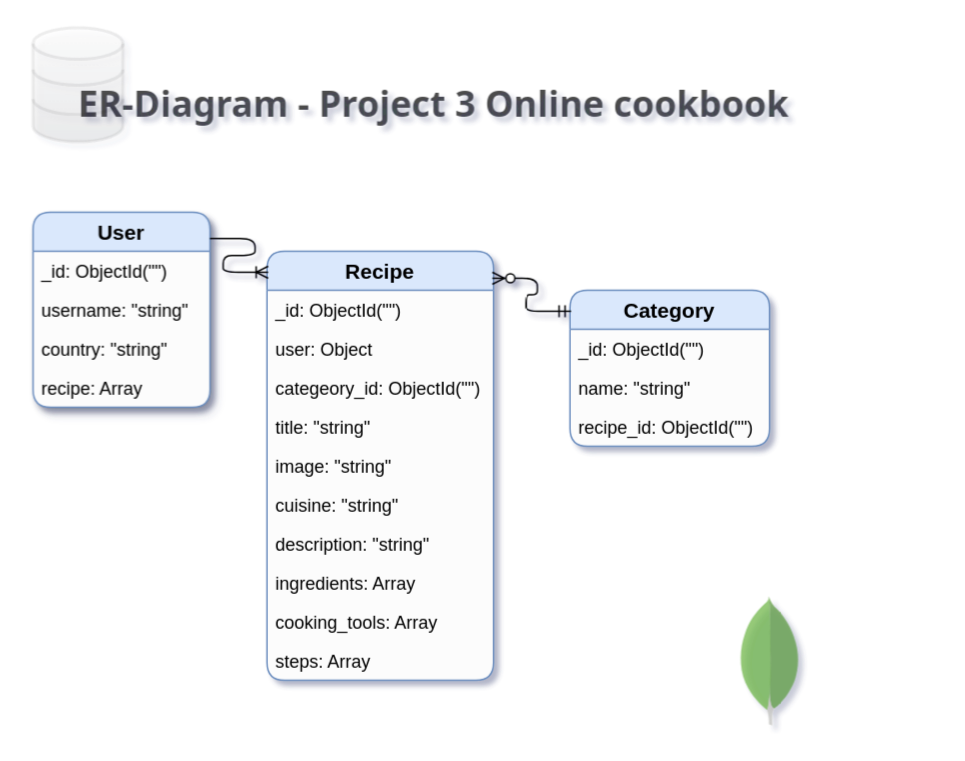
This is assets/ER_Diagram_Project_3.drawio from wickyakloe/Online-Cookbook, a draw.io file, before an edit. Source tidied: cells renumbered, new cells numbered last; positions are measured from the earlier drawing's top-left corner, leaving out a move shared by most shapes. Both pictures are drawn from the tidied source at 150%, with x=0, y=0 at pixel (32, 27).
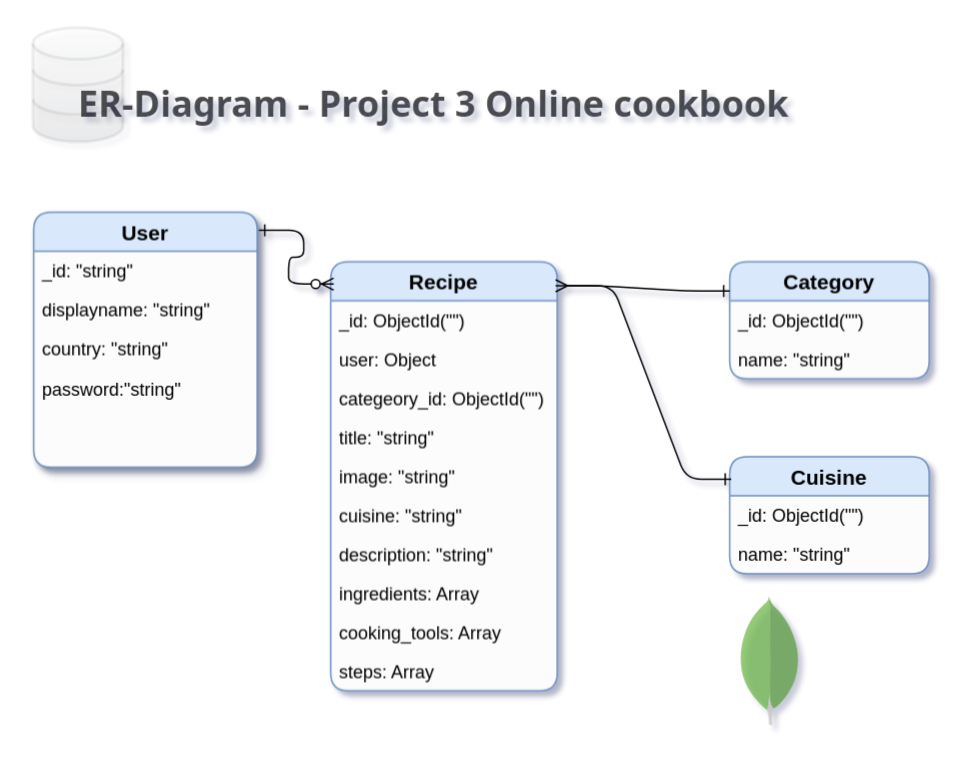
Above is the later version.

What changed in the source:
```diff
@@
     <mxCell id="2" value="Recipe" style="swimlane;fontStyle=1;horizontal=1;startSize=26;fillColor=#dae8fc;swimlaneFillColor=#FCFCFC;align=center;fontSize=14;strokeColor=#6c8ebf;rounded=1;" parent="1" vertex="1">
-      <mxGeometry x="156.5" y="149" width="151" height="286" as="geometry" />
+      <mxGeometry x="199" y="156" width="151" height="286" as="geometry" />
     </mxCell>
@@
     <mxCell id="13" value="Category" style="swimlane;fontStyle=1;horizontal=1;startSize=26;fillColor=#dae8fc;swimlaneFillColor=#FCFCFC;align=center;fontSize=14;strokeColor=#6c8ebf;rounded=1;" parent="1" vertex="1">
-      <mxGeometry x="358.5" y="175" width="133" height="104" as="geometry" />
+      <mxGeometry x="465" y="156" width="133" height="78" as="geometry" />
     </mxCell>
@@
-    <mxCell id="16" value="recipe_id: ObjectId(&quot;&quot;)" style="text;strokeColor=none;fillColor=none;spacingLeft=4;spacingRight=4;overflow=hidden;fontSize=12;" parent="13" vertex="1">
-      <mxGeometry y="78" width="133" height="26" as="geometry" />
-    </mxCell>
     <mxCell id="17" value="User" style="swimlane;fontStyle=1;horizontal=1;startSize=26;fillColor=#dae8fc;swimlaneFillColor=#FCFCFC;align=center;fontSize=14;strokeColor=#6c8ebf;rounded=1;shadow=1;comic=0;glass=0;" parent="1" vertex="1">
-      <mxGeometry x="0.5" y="123" width="118" height="130" as="geometry" />
+      <mxGeometry x="1" y="123" width="149" height="170" as="geometry" />
     </mxCell>
-    <mxCell id="18" value="_id: ObjectId(&quot;&quot;)" style="text;strokeColor=none;fillColor=none;spacingLeft=4;spacingRight=4;overflow=hidden;fontSize=12;" parent="17" vertex="1">
-      <mxGeometry y="26" width="118" height="26" as="geometry" />
+    <mxCell id="18" value="_id: &quot;string&quot;" style="text;strokeColor=none;fillColor=none;spacingLeft=4;spacingRight=4;overflow=hidden;fontSize=12;" parent="17" vertex="1">
+      <mxGeometry y="26" width="149" height="26" as="geometry" />
     </mxCell>
-    <mxCell id="19" value="username: &quot;string&quot;" style="text;strokeColor=none;fillColor=none;spacingLeft=4;spacingRight=4;overflow=hidden;fontSize=12;" parent="17" vertex="1">
-      <mxGeometry y="52" width="118" height="26" as="geometry" />
+    <mxCell id="19" value="displayname: &quot;string&quot;" style="text;strokeColor=none;fillColor=none;spacingLeft=4;spacingRight=4;overflow=hidden;fontSize=12;" parent="17" vertex="1">
+      <mxGeometry y="52" width="149" height="26" as="geometry" />
     </mxCell>
     <mxCell id="20" value="country: &quot;string&quot;" style="text;strokeColor=none;fillColor=none;spacingLeft=4;spacingRight=4;overflow=hidden;fontSize=12;" parent="17" vertex="1">
-      <mxGeometry y="78" width="118" height="26" as="geometry" />
+      <mxGeometry y="78" width="149" height="92" as="geometry" />
     </mxCell>
-    <mxCell id="21" value="recipe: Array" style="text;strokeColor=none;fillColor=none;spacingLeft=4;spacingRight=4;overflow=hidden;fontSize=12;" parent="17" vertex="1">
-      <mxGeometry y="104" width="118" height="26" as="geometry" />
-    </mxCell>
@@
+    <mxCell id="25" value="ER-Diagram - Project 3 Online cookbook" style="text;align=left;verticalAlign=middle;spacingTop=-4;strokeWidth=1;fontSize=24;fontFamily=Tahoma;html=1;labelBorderColor=none;labelBackgroundColor=none;fontColor=#000000;textOpacity=70;fontStyle=1;labelPosition=center;verticalLabelPosition=middle;" parent="1" vertex="1">
+      <mxGeometry x="29" y="38" width="411" height="29" as="geometry" />
+    </mxCell>
+    <mxCell id="26" style="dashed=0;html=1;align=center;labelPosition=center;verticalLabelPosition=bottom;verticalAlign=top;shape=mxgraph.weblogos.mongodb;strokeColor=#4D4D4D;gradientColor=#666666;fontSize=24;opacity=70;" parent="1" vertex="1">
+      <mxGeometry x="471" y="379" width="41.2" height="86.2" as="geometry" />
+    </mxCell>
+    <mxCell id="27" value="password:&quot;string&quot;" style="text;strokeColor=none;fillColor=none;spacingLeft=4;spacingRight=4;overflow=hidden;fontSize=12;" parent="1" vertex="1">
+      <mxGeometry x="1" y="228" width="118" height="1" as="geometry" />
+    </mxCell>
+    <mxCell id="28" value="Cuisine" style="swimlane;fontStyle=1;horizontal=1;startSize=26;fillColor=#dae8fc;swimlaneFillColor=#FCFCFC;align=center;fontSize=14;strokeColor=#6c8ebf;rounded=1;" parent="1" vertex="1">
+      <mxGeometry x="465" y="286" width="133" height="78" as="geometry" />
+    </mxCell>
+    <mxCell id="29" value="_id: ObjectId(&quot;&quot;)" style="text;strokeColor=none;fillColor=none;spacingLeft=4;spacingRight=4;overflow=hidden;fontSize=12;" parent="28" vertex="1">
+      <mxGeometry y="26" width="133" height="26" as="geometry" />
+    </mxCell>
+    <mxCell id="30" value="name: &quot;string&quot;" style="text;strokeColor=none;fillColor=none;spacingLeft=4;spacingRight=4;overflow=hidden;fontSize=12;" parent="28" vertex="1">
+      <mxGeometry y="52" width="133" height="26" as="geometry" />
+    </mxCell>
-    <mxCell id="23" style="edgeStyle=entityRelationEdgeStyle;fontSize=12;html=1;endArrow=ERoneToMany;exitX=1;exitY=0.135;exitDx=0;exitDy=0;exitPerimeter=0;entryX=0.005;entryY=0.049;entryDx=0;entryDy=0;entryPerimeter=0;" parent="1" edge="1" source="17" target="2">
+    <mxCell id="23" style="edgeStyle=entityRelationEdgeStyle;fontSize=12;html=1;endArrow=ERzeroToMany;endFill=1;exitX=1.007;exitY=0.071;exitDx=0;exitDy=0;exitPerimeter=0;entryX=0.013;entryY=0.052;entryDx=0;entryDy=0;entryPerimeter=0;startArrow=ERone;startFill=0;" parent="1" edge="1" source="17" target="2">
       <mxGeometry relative="1" as="geometry" />
     </mxCell>
-    <mxCell id="24" style="edgeStyle=entityRelationEdgeStyle;fontSize=12;html=1;endArrow=ERmandOne;startArrow=ERzeroToMany;entryX=0.005;entryY=0.135;entryDx=0;entryDy=0;startFill=1;exitX=0.995;exitY=0.063;exitDx=0;exitDy=0;exitPerimeter=0;entryPerimeter=0;" parent="1" edge="1" source="2" target="13">
+    <mxCell id="24" style="edgeStyle=entityRelationEdgeStyle;fontSize=12;html=1;endArrow=ERone;entryX=0;entryY=0.25;entryDx=0;entryDy=0;exitX=0.993;exitY=0.056;exitDx=0;exitDy=0;exitPerimeter=0;endFill=0;startArrow=ERmany;startFill=0;" parent="1" edge="1" source="2" target="13">
       <mxGeometry relative="1" as="geometry" />
     </mxCell>
-    <mxCell id="25" value="ER-Diagram - Project 3 Online cookbook" style="text;align=left;verticalAlign=middle;spacingTop=-4;strokeWidth=1;fontSize=24;fontFamily=Tahoma;html=1;labelBorderColor=none;labelBackgroundColor=none;fontColor=#000000;textOpacity=70;fontStyle=1;labelPosition=center;verticalLabelPosition=middle;" parent="1" vertex="1">
-      <mxGeometry x="29" y="38" width="411" height="29" as="geometry" />
-    </mxCell>
-    <mxCell id="26" style="dashed=0;html=1;align=center;labelPosition=center;verticalLabelPosition=bottom;verticalAlign=top;shape=mxgraph.weblogos.mongodb;strokeColor=#4D4D4D;gradientColor=#666666;fontSize=24;opacity=70;" parent="1" vertex="1">
-      <mxGeometry x="471" y="379" width="41.2" height="86.2" as="geometry" />
-    </mxCell>
+    <mxCell id="31" style="edgeStyle=entityRelationEdgeStyle;fontSize=12;html=1;endArrow=ERone;entryX=0;entryY=0.25;entryDx=0;entryDy=0;endFill=0;startArrow=none;startFill=0;" parent="1" edge="1">
+      <mxGeometry relative="1" as="geometry">
+        <mxPoint x="357" y="172" as="sourcePoint" />
+        <mxPoint x="466" y="301" as="targetPoint" />
+      </mxGeometry>
+    </mxCell>
```
